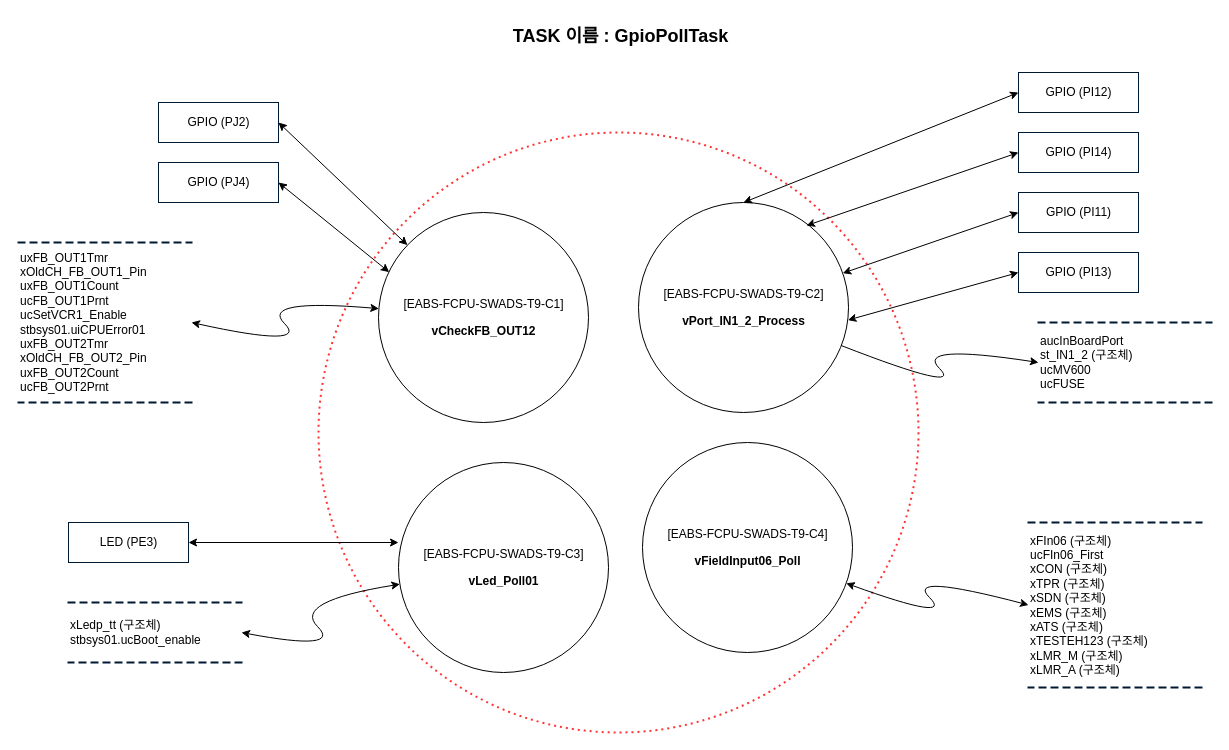
The draw.io diagram page "EABS-FCPU-SWF08" (9 of 10) of EABS/Document_Pack/Design/F-CPU/eabs_f_cpu_data_flow_diagram_01.drawio.xml in chillin2/MyDraw.io, before the edit. Source tidied: cells renumbered, new cells numbered last; positions are measured from the earlier drawing's top-left corner, leaving out a move shared by most shapes. Both pictures are drawn from the tidied source at 100%, with x=0, y=0 at pixel (18, 22).
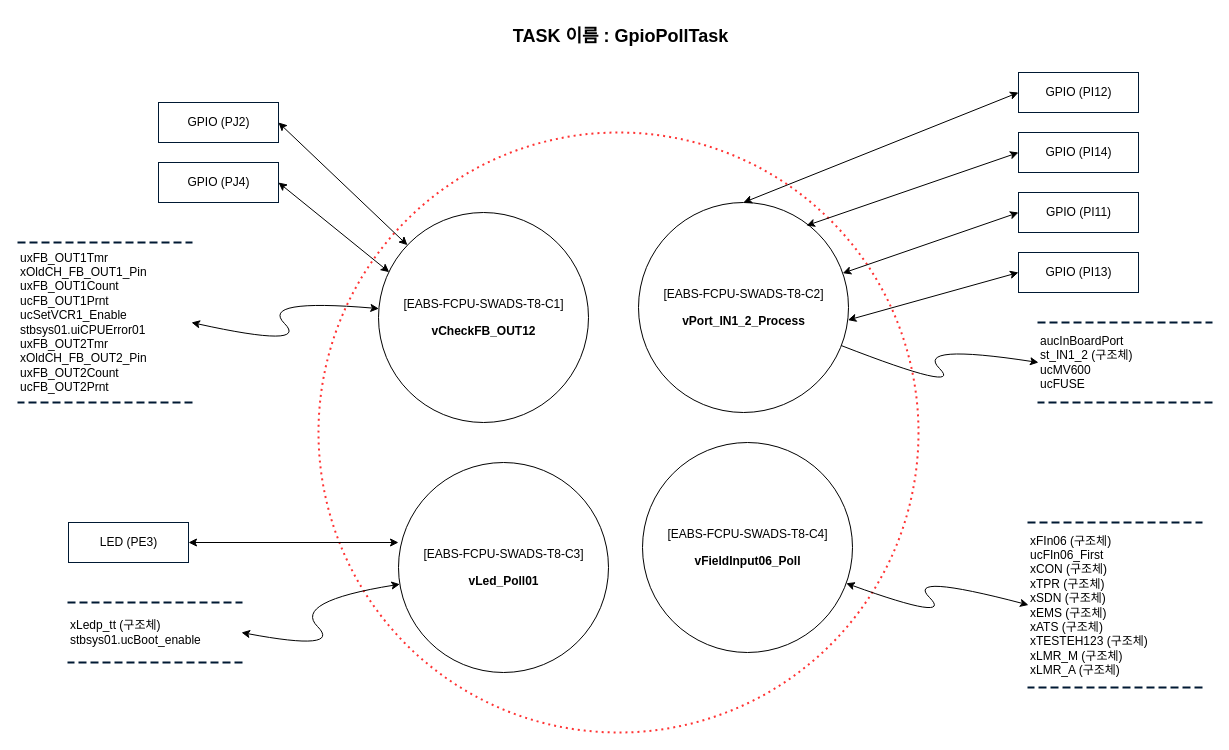
The same diagram, later.

Diff of the diagram source:
```diff
@@
-    <mxCell id="4" value="&lt;p style=&quot;line-height:120%;mso-pagination:none;text-autospace:none;mso-padding-alt:0pt 0pt 0pt 0pt;&quot; class=&quot;0&quot;&gt;&lt;span style=&quot;mso-fareast-font-family:맑은 고딕;mso-font-width:100%;letter-spacing:0pt;mso-text-raise:0pt;&quot; lang=&quot;EN-US&quot;&gt;[EABS-FCPU-&lt;/span&gt;&lt;span style=&quot;letter-spacing: 0pt; background-color: initial;&quot;&gt;SWADS-T9-C1]&lt;/span&gt;&lt;/p&gt;&lt;p style=&quot;line-height:120%;mso-pagination:none;text-autospace:none;mso-padding-alt:0pt 0pt 0pt 0pt;&quot; class=&quot;0&quot;&gt;&lt;span style=&quot;background-color: initial;&quot;&gt;&lt;b&gt;vCheckFB_OUT12&lt;/b&gt;&lt;br&gt;&lt;/span&gt;&lt;/p&gt;&lt;div class=&quot;hwp_editor_board_content&quot; id=&quot;hwpEditorBoardContent&quot;&gt;&lt;/div&gt;" style="shape=ellipse;html=1;dashed=0;whitespace=wrap;perimeter=ellipsePerimeter;" parent="1" vertex="1">
+    <mxCell id="4" value="&lt;p style=&quot;line-height:120%;mso-pagination:none;text-autospace:none;mso-padding-alt:0pt 0pt 0pt 0pt;&quot; class=&quot;0&quot;&gt;&lt;span style=&quot;mso-fareast-font-family:맑은 고딕;mso-font-width:100%;letter-spacing:0pt;mso-text-raise:0pt;&quot; lang=&quot;EN-US&quot;&gt;[EABS-FCPU-&lt;/span&gt;&lt;span style=&quot;letter-spacing: 0pt; background-color: initial;&quot;&gt;SWADS-T8-C1]&lt;/span&gt;&lt;/p&gt;&lt;p style=&quot;line-height:120%;mso-pagination:none;text-autospace:none;mso-padding-alt:0pt 0pt 0pt 0pt;&quot; class=&quot;0&quot;&gt;&lt;span style=&quot;background-color: initial;&quot;&gt;&lt;b&gt;vCheckFB_OUT12&lt;/b&gt;&lt;br&gt;&lt;/span&gt;&lt;/p&gt;&lt;div class=&quot;hwp_editor_board_content&quot; id=&quot;hwpEditorBoardContent&quot;&gt;&lt;/div&gt;" style="shape=ellipse;html=1;dashed=0;whitespace=wrap;perimeter=ellipsePerimeter;" parent="1" vertex="1">
       <mxGeometry x="360" y="190" width="210" height="210" as="geometry" />
     </mxCell>
-    <mxCell id="5" value="&lt;p style=&quot;line-height:120%;mso-pagination:none;text-autospace:none;mso-padding-alt:0pt 0pt 0pt 0pt;&quot; class=&quot;0&quot;&gt;&lt;span style=&quot;mso-fareast-font-family:맑은 고딕;mso-font-width:100%;letter-spacing:0pt;mso-text-raise:0pt;&quot; lang=&quot;EN-US&quot;&gt;[EABS-FCPU-&lt;/span&gt;&lt;span style=&quot;letter-spacing: 0pt; background-color: initial;&quot;&gt;SWADS-T9-C2]&lt;/span&gt;&lt;/p&gt;&lt;p style=&quot;line-height:120%;mso-pagination:none;text-autospace:none;mso-padding-alt:0pt 0pt 0pt 0pt;&quot; class=&quot;0&quot;&gt;&lt;span style=&quot;background-color: initial;&quot;&gt;&lt;b&gt;vPort_IN1_2_Process&lt;/b&gt;&lt;br&gt;&lt;/span&gt;&lt;/p&gt;&lt;div class=&quot;hwp_editor_board_content&quot; id=&quot;hwpEditorBoardContent&quot;&gt;&lt;/div&gt;" style="shape=ellipse;html=1;dashed=0;whitespace=wrap;perimeter=ellipsePerimeter;" parent="1" vertex="1">
+    <mxCell id="5" value="&lt;p style=&quot;line-height:120%;mso-pagination:none;text-autospace:none;mso-padding-alt:0pt 0pt 0pt 0pt;&quot; class=&quot;0&quot;&gt;&lt;span style=&quot;mso-fareast-font-family:맑은 고딕;mso-font-width:100%;letter-spacing:0pt;mso-text-raise:0pt;&quot; lang=&quot;EN-US&quot;&gt;[EABS-FCPU-&lt;/span&gt;&lt;span style=&quot;letter-spacing: 0pt; background-color: initial;&quot;&gt;SWADS-T8-C2]&lt;/span&gt;&lt;/p&gt;&lt;p style=&quot;line-height:120%;mso-pagination:none;text-autospace:none;mso-padding-alt:0pt 0pt 0pt 0pt;&quot; class=&quot;0&quot;&gt;&lt;span style=&quot;background-color: initial;&quot;&gt;&lt;b&gt;vPort_IN1_2_Process&lt;/b&gt;&lt;br&gt;&lt;/span&gt;&lt;/p&gt;&lt;div class=&quot;hwp_editor_board_content&quot; id=&quot;hwpEditorBoardContent&quot;&gt;&lt;/div&gt;" style="shape=ellipse;html=1;dashed=0;whitespace=wrap;perimeter=ellipsePerimeter;" parent="1" vertex="1">
       <mxGeometry x="620" y="180" width="210" height="210" as="geometry" />
     </mxCell>
-    <mxCell id="6" value="&lt;p style=&quot;line-height:120%;mso-pagination:none;text-autospace:none;mso-padding-alt:0pt 0pt 0pt 0pt;&quot; class=&quot;0&quot;&gt;&lt;span style=&quot;mso-fareast-font-family:맑은 고딕;mso-font-width:100%;letter-spacing:0pt;mso-text-raise:0pt;&quot; lang=&quot;EN-US&quot;&gt;[EABS-FCPU-&lt;/span&gt;&lt;span style=&quot;letter-spacing: 0pt; background-color: initial;&quot;&gt;SWADS-T9-C3]&lt;/span&gt;&lt;/p&gt;&lt;p style=&quot;line-height:120%;mso-pagination:none;text-autospace:none;mso-padding-alt:0pt 0pt 0pt 0pt;&quot; class=&quot;0&quot;&gt;&lt;span style=&quot;background-color: initial;&quot;&gt;&lt;b&gt;vLed_Poll01&lt;/b&gt;&lt;br&gt;&lt;/span&gt;&lt;/p&gt;&lt;div class=&quot;hwp_editor_board_content&quot; id=&quot;hwpEditorBoardContent&quot;&gt;&lt;/div&gt;" style="shape=ellipse;html=1;dashed=0;whitespace=wrap;perimeter=ellipsePerimeter;" parent="1" vertex="1">
+    <mxCell id="6" value="&lt;p style=&quot;line-height:120%;mso-pagination:none;text-autospace:none;mso-padding-alt:0pt 0pt 0pt 0pt;&quot; class=&quot;0&quot;&gt;&lt;span style=&quot;mso-fareast-font-family:맑은 고딕;mso-font-width:100%;letter-spacing:0pt;mso-text-raise:0pt;&quot; lang=&quot;EN-US&quot;&gt;[EABS-FCPU-&lt;/span&gt;&lt;span style=&quot;letter-spacing: 0pt; background-color: initial;&quot;&gt;SWADS-T8-C3]&lt;/span&gt;&lt;/p&gt;&lt;p style=&quot;line-height:120%;mso-pagination:none;text-autospace:none;mso-padding-alt:0pt 0pt 0pt 0pt;&quot; class=&quot;0&quot;&gt;&lt;span style=&quot;background-color: initial;&quot;&gt;&lt;b&gt;vLed_Poll01&lt;/b&gt;&lt;br&gt;&lt;/span&gt;&lt;/p&gt;&lt;div class=&quot;hwp_editor_board_content&quot; id=&quot;hwpEditorBoardContent&quot;&gt;&lt;/div&gt;" style="shape=ellipse;html=1;dashed=0;whitespace=wrap;perimeter=ellipsePerimeter;" parent="1" vertex="1">
       <mxGeometry x="380" y="440" width="210" height="210" as="geometry" />
     </mxCell>
-    <mxCell id="7" value="&lt;p style=&quot;line-height:120%;mso-pagination:none;text-autospace:none;mso-padding-alt:0pt 0pt 0pt 0pt;&quot; class=&quot;0&quot;&gt;&lt;span style=&quot;mso-fareast-font-family:맑은 고딕;mso-font-width:100%;letter-spacing:0pt;mso-text-raise:0pt;&quot; lang=&quot;EN-US&quot;&gt;[EABS-FCPU-&lt;/span&gt;&lt;span style=&quot;letter-spacing: 0pt; background-color: initial;&quot;&gt;SWADS-T9-C4]&lt;/span&gt;&lt;/p&gt;&lt;p style=&quot;line-height:120%;mso-pagination:none;text-autospace:none;mso-padding-alt:0pt 0pt 0pt 0pt;&quot; class=&quot;0&quot;&gt;&lt;span style=&quot;background-color: initial;&quot;&gt;&lt;b&gt;vFieldInput06_Poll&lt;/b&gt;&lt;br&gt;&lt;/span&gt;&lt;/p&gt;&lt;div class=&quot;hwp_editor_board_content&quot; id=&quot;hwpEditorBoardContent&quot;&gt;&lt;/div&gt;" style="shape=ellipse;html=1;dashed=0;whitespace=wrap;perimeter=ellipsePerimeter;" parent="1" vertex="1">
+    <mxCell id="7" value="&lt;p style=&quot;line-height:120%;mso-pagination:none;text-autospace:none;mso-padding-alt:0pt 0pt 0pt 0pt;&quot; class=&quot;0&quot;&gt;&lt;span style=&quot;mso-fareast-font-family:맑은 고딕;mso-font-width:100%;letter-spacing:0pt;mso-text-raise:0pt;&quot; lang=&quot;EN-US&quot;&gt;[EABS-FCPU-&lt;/span&gt;&lt;span style=&quot;letter-spacing: 0pt; background-color: initial;&quot;&gt;SWADS-T8-C4]&lt;/span&gt;&lt;/p&gt;&lt;p style=&quot;line-height:120%;mso-pagination:none;text-autospace:none;mso-padding-alt:0pt 0pt 0pt 0pt;&quot; class=&quot;0&quot;&gt;&lt;span style=&quot;background-color: initial;&quot;&gt;&lt;b&gt;vFieldInput06_Poll&lt;/b&gt;&lt;br&gt;&lt;/span&gt;&lt;/p&gt;&lt;div class=&quot;hwp_editor_board_content&quot; id=&quot;hwpEditorBoardContent&quot;&gt;&lt;/div&gt;" style="shape=ellipse;html=1;dashed=0;whitespace=wrap;perimeter=ellipsePerimeter;" parent="1" vertex="1">
       <mxGeometry x="624" y="420" width="210" height="210" as="geometry" />
     </mxCell>
```
